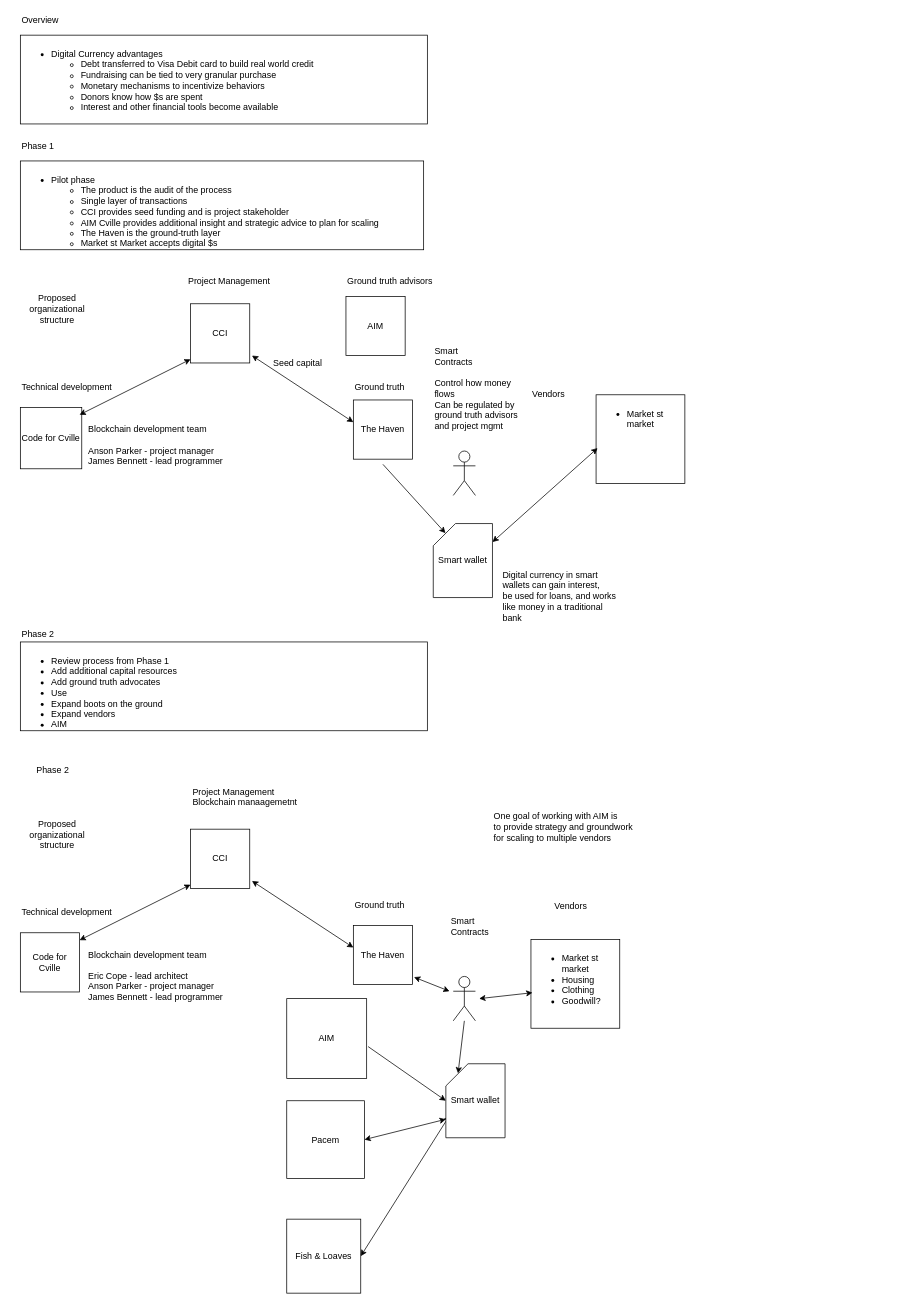
Before: cci-blockchain.dio in alibama/code-for-cville, a draw.io diagram. Source tidied: cells renumbered, new cells numbered last; positions are measured from the earlier drawing's top-left corner, leaving out a move shared by most shapes. Both pictures are drawn from the tidied source at 74%, with x=0, y=0 at pixel (20, 13).
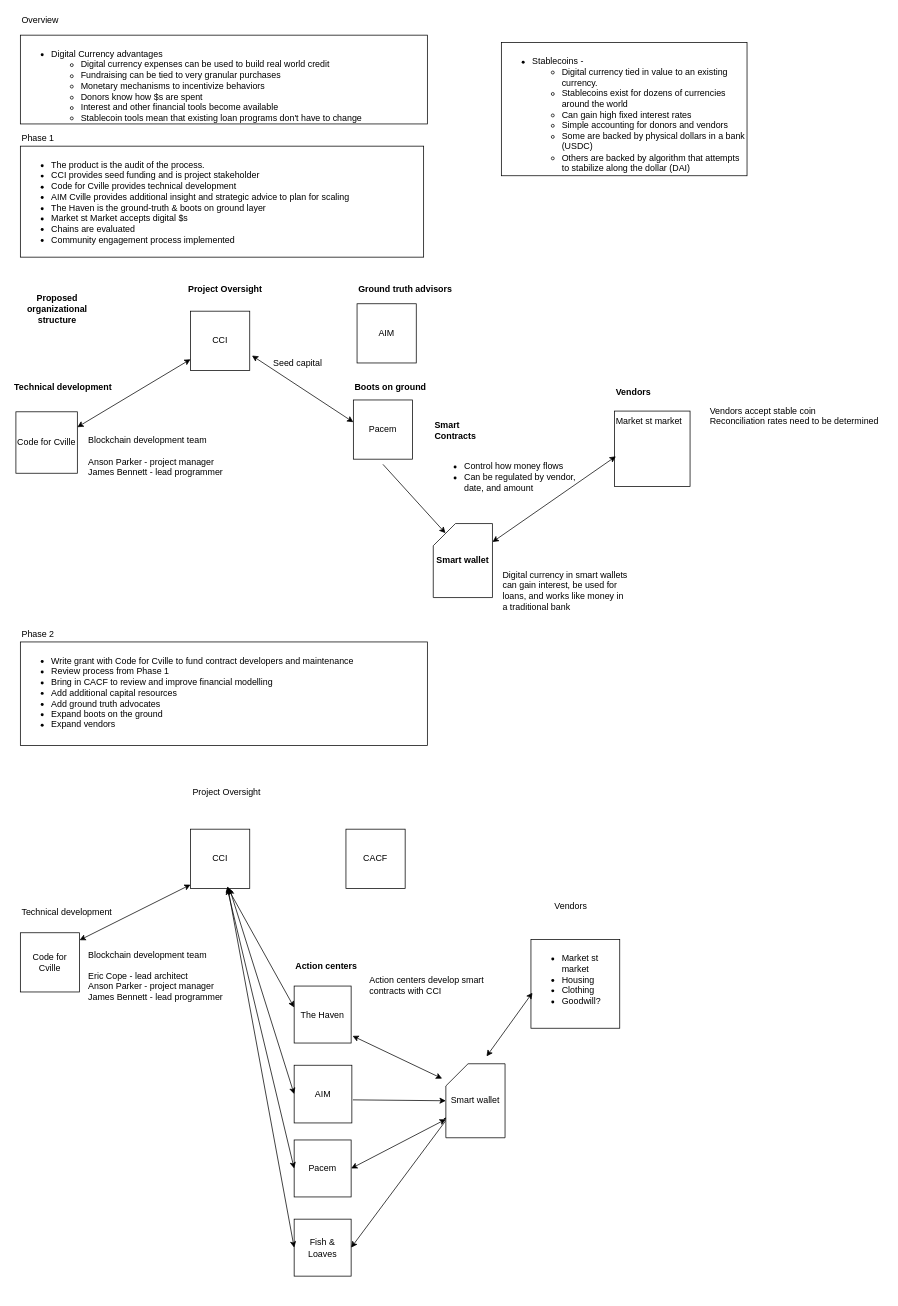
After the change.

Commit message (it also covers changes not shown here):
addin r s3 boilerplate

Unchanged cells that the change refers to:
```xml
<mxCell id="23" value="CCI" style="whiteSpace=wrap;html=1;" parent="1" vertex="1">
  <mxGeometry x="230" y="1103" width="80" height="80" as="geometry" />
</mxCell>
<mxCell id="34" value="&lt;ul&gt;&lt;li&gt;Market st market&lt;/li&gt;&lt;li&gt;Housing&lt;/li&gt;&lt;li&gt;Clothing&lt;/li&gt;&lt;li&gt;Goodwill?&lt;/li&gt;&lt;/ul&gt;" style="whiteSpace=wrap;html=1;align=left;verticalAlign=top;" parent="1" vertex="1">
  <mxGeometry x="690" y="1252" width="120" height="120" as="geometry" />
</mxCell>
<mxCell id="52" value="Smart wallet" style="shape=card;whiteSpace=wrap;html=1;" parent="1" vertex="1">
  <mxGeometry x="575" y="1420" width="80" height="100" as="geometry" />
</mxCell>
```

Diff of the diagram source:
```diff
@@
+    <mxCell id="45" value="&lt;div&gt;&lt;ul&gt;&lt;li&gt;&lt;span style=&quot;letter-spacing: 0px&quot;&gt;The product is the audit of the process.&amp;nbsp;&amp;nbsp;&lt;/span&gt;&lt;/li&gt;&lt;li&gt;&lt;span style=&quot;letter-spacing: 0px&quot;&gt;CCI provides seed funding and is project stakeholder&lt;/span&gt;&lt;br&gt;&lt;/li&gt;&lt;li&gt;&lt;span style=&quot;letter-spacing: 0px&quot;&gt;Code for Cville provides technical development&amp;nbsp;&lt;/span&gt;&lt;/li&gt;&lt;li&gt;&lt;span style=&quot;letter-spacing: 0px&quot;&gt;AIM Cville provides additional insight and strategic advice to plan for scaling&lt;/span&gt;&lt;br&gt;&lt;/li&gt;&lt;li&gt;&lt;span style=&quot;letter-spacing: 0px&quot;&gt;The Haven is the ground-truth &amp;amp; boots on ground layer&lt;/span&gt;&lt;br&gt;&lt;/li&gt;&lt;li&gt;&lt;span style=&quot;letter-spacing: 0px&quot;&gt;Market st Market accepts digital $s&amp;nbsp;&lt;/span&gt;&lt;br&gt;&lt;/li&gt;&lt;li&gt;&lt;span style=&quot;letter-spacing: 0px&quot;&gt;Chains are evaluated&lt;/span&gt;&lt;/li&gt;&lt;li&gt;&lt;span style=&quot;letter-spacing: 0px&quot;&gt;Community engagement process implemented&lt;/span&gt;&lt;/li&gt;&lt;/ul&gt;&lt;/div&gt;&lt;div&gt;&lt;br&gt;&lt;/div&gt;&lt;div&gt;&lt;br&gt;&lt;/div&gt;&lt;div&gt;&lt;br&gt;&lt;/div&gt;" style="rounded=0;whiteSpace=wrap;html=1;align=left;verticalAlign=top;" parent="1" vertex="1">
+      <mxGeometry y="180" width="545" height="150" as="geometry" />
+    </mxCell>
     <mxCell id="2" value="CCI" style="whiteSpace=wrap;html=1;" parent="1" vertex="1">
-      <mxGeometry x="230" y="393" width="80" height="80" as="geometry" />
+      <mxGeometry x="230" y="403" width="80" height="80" as="geometry" />
     </mxCell>
     <mxCell id="3" value="Code for Cville" style="whiteSpace=wrap;html=1;" parent="1" vertex="1">
-      <mxGeometry y="533" width="83" height="83" as="geometry" />
+      <mxGeometry x="-6" y="539" width="83" height="83" as="geometry" />
     </mxCell>
-    <mxCell id="4" value="The Haven" style="whiteSpace=wrap;html=1;" parent="1" vertex="1">
+    <mxCell id="4" value="Pacem" style="whiteSpace=wrap;html=1;" parent="1" vertex="1">
       <mxGeometry x="450" y="523" width="80" height="80" as="geometry" />
     </mxCell>
-    <mxCell id="5" style="endArrow=classic;startArrow=classic;html=1;" parent="1" edge="1">
+    <mxCell id="5" style="endArrow=classic;startArrow=classic;html=1;exitX=1;exitY=0.25;" parent="1" edge="1" source="3">
       <mxGeometry relative="1" as="geometry">
-        <mxPoint x="80" y="543" as="sourcePoint" />
         <mxPoint x="230" y="468" as="targetPoint" />
       </mxGeometry>
     </mxCell>
@@
     <mxCell id="7" value="&lt;div&gt;Blockchain development team&lt;/div&gt;&lt;div&gt;&lt;br&gt;&lt;/div&gt;Anson Parker - project manager&lt;div&gt;James Bennett - lead programmer&lt;/div&gt;" style="text;html=1;align=left;verticalAlign=top;spacingTop=-4;" parent="1" vertex="1">
-      <mxGeometry x="90" y="553" width="200" height="60" as="geometry" />
+      <mxGeometry x="90" y="568" width="200" height="60" as="geometry" />
     </mxCell>
-    <mxCell id="8" value="&lt;div&gt;&lt;br&gt;&lt;/div&gt;Proposed&lt;div&gt;organizational structure&lt;/div&gt;" style="text;html=1;strokeColor=none;fillColor=none;align=center;verticalAlign=middle;whiteSpace=wrap;rounded=0;" parent="1" vertex="1">
+    <mxCell id="8" value="&lt;div&gt;&lt;br&gt;&lt;/div&gt;Proposed&lt;div&gt;organizational structure&lt;/div&gt;" style="text;html=1;strokeColor=none;fillColor=none;align=center;verticalAlign=middle;whiteSpace=wrap;rounded=0;fontStyle=1;" parent="1" vertex="1">
       <mxGeometry x="30" y="383" width="40" height="20" as="geometry" />
     </mxCell>
-    <mxCell id="9" value="Project Management" style="text;html=1;align=left;verticalAlign=top;spacingTop=-4;" parent="1" vertex="1">
-      <mxGeometry x="225" y="353" width="130" height="20" as="geometry" />
-    </mxCell>
-    <mxCell id="10" value="Ground truth" style="text;html=1;align=left;verticalAlign=top;spacingTop=-4;" parent="1" vertex="1">
-      <mxGeometry x="450" y="496" width="80" height="20" as="geometry" />
+    <mxCell id="10" value="Boots on ground" style="text;html=1;align=left;verticalAlign=top;spacingTop=-4;fontStyle=1;" parent="1" vertex="1">
+      <mxGeometry x="450" y="496" width="100" height="20" as="geometry" />
     </mxCell>
-    <mxCell id="11" value="Technical development" style="text;html=1;align=left;verticalAlign=top;spacingTop=-4;" parent="1" vertex="1">
-      <mxGeometry y="496" width="140" height="20" as="geometry" />
+    <mxCell id="11" value="Technical development" style="text;html=1;align=left;verticalAlign=top;spacingTop=-4;fontStyle=1;" parent="1" vertex="1">
+      <mxGeometry x="-10" y="496" width="140" height="20" as="geometry" />
     </mxCell>
-    <mxCell id="12" value="&lt;div&gt;&lt;ul&gt;&lt;li&gt;Digital Currency advantages&lt;/li&gt;&lt;ul&gt;&lt;li&gt;Debt transferred to Visa Debit card to build real world credit&lt;/li&gt;&lt;li&gt;Fundraising can be tied to very granular purchase&amp;nbsp;&lt;/li&gt;&lt;li&gt;Monetary mechanisms to incentivize behaviors&lt;/li&gt;&lt;li&gt;Donors know how $s are spent&lt;/li&gt;&lt;li&gt;Interest and other financial tools become available&lt;/li&gt;&lt;/ul&gt;&lt;/ul&gt;&lt;/div&gt;&lt;div&gt;&lt;br&gt;&lt;/div&gt;&lt;div&gt;&lt;br&gt;&lt;/div&gt;&lt;div&gt;&lt;br&gt;&lt;/div&gt;" style="rounded=0;whiteSpace=wrap;html=1;align=left;verticalAlign=top;" parent="1" vertex="1">
+    <mxCell id="12" value="&lt;div&gt;&lt;ul&gt;&lt;li&gt;Digital Currency advantages&lt;/li&gt;&lt;ul&gt;&lt;li&gt;Digital currency expenses can be used to build real world credit&lt;/li&gt;&lt;li&gt;Fundraising can be tied to very granular purchases&amp;nbsp;&lt;/li&gt;&lt;li&gt;Monetary mechanisms to incentivize behaviors&lt;/li&gt;&lt;li&gt;Donors know how $s are spent&lt;/li&gt;&lt;li&gt;Interest and other financial tools become available&lt;/li&gt;&lt;li&gt;Stablecoin tools mean that existing loan programs don't have to change&lt;/li&gt;&lt;/ul&gt;&lt;/ul&gt;&lt;/div&gt;&lt;div&gt;&lt;br&gt;&lt;/div&gt;&lt;div&gt;&lt;br&gt;&lt;/div&gt;&lt;div&gt;&lt;br&gt;&lt;/div&gt;" style="rounded=0;whiteSpace=wrap;html=1;align=left;verticalAlign=top;" parent="1" vertex="1">
       <mxGeometry y="30" width="550" height="120" as="geometry" />
     </mxCell>
@@
-    <mxCell id="14" value="&lt;ul&gt;&lt;li&gt;Market st market&lt;/li&gt;&lt;/ul&gt;" style="whiteSpace=wrap;html=1;align=left;verticalAlign=top;" parent="1" vertex="1">
-      <mxGeometry x="778" y="516" width="120" height="120" as="geometry" />
+    <mxCell id="14" value="&lt;span style=&quot;letter-spacing: 0px&quot;&gt;Market st market&lt;/span&gt;&lt;br&gt;" style="whiteSpace=wrap;html=1;align=left;verticalAlign=top;" parent="1" vertex="1">
+      <mxGeometry x="803" y="538" width="102" height="102" as="geometry" />
     </mxCell>
-    <mxCell id="15" value="Vendors" style="text;html=1;align=left;verticalAlign=top;spacingTop=-4;" parent="1" vertex="1">
-      <mxGeometry x="690" y="506" width="60" height="20" as="geometry" />
+    <mxCell id="15" value="Vendors" style="text;html=1;align=left;verticalAlign=top;spacingTop=-4;fontStyle=1;" parent="1" vertex="1">
+      <mxGeometry x="803.4" y="503" width="60" height="20" as="geometry" />
     </mxCell>
     <mxCell id="16" value="Phase 1" style="text;html=1;align=left;verticalAlign=top;spacingTop=-4;" parent="1" vertex="1">
-      <mxGeometry y="170" width="60" height="20" as="geometry" />
+      <mxGeometry y="160" width="60" height="20" as="geometry" />
     </mxCell>
-    <mxCell id="17" value="&lt;ul&gt;&lt;li&gt;Review process from Phase 1&lt;/li&gt;&lt;li&gt;Add additional capital resources&lt;/li&gt;&lt;li&gt;Add ground truth advocates&lt;/li&gt;&lt;li&gt;Use&amp;nbsp;&lt;/li&gt;&lt;li&gt;Expand boots on the ground&lt;/li&gt;&lt;li&gt;Expand vendors&lt;/li&gt;&lt;li&gt;AIM&amp;nbsp;&lt;/li&gt;&lt;/ul&gt;" style="rounded=0;whiteSpace=wrap;html=1;align=left;verticalAlign=top;" parent="1" vertex="1">
-      <mxGeometry y="850" width="550" height="120" as="geometry" />
+    <mxCell id="17" value="&lt;ul&gt;&lt;li&gt;Write grant with Code for Cville to fund contract developers and maintenance&lt;/li&gt;&lt;li&gt;Review process from Phase 1&lt;/li&gt;&lt;li&gt;Bring in CACF to review and improve financial modelling&lt;/li&gt;&lt;li&gt;Add additional capital resources&lt;/li&gt;&lt;li&gt;Add ground truth advocates&lt;/li&gt;&lt;li&gt;Expand boots on the ground&lt;/li&gt;&lt;li&gt;Expand vendors&lt;/li&gt;&lt;/ul&gt;" style="rounded=0;whiteSpace=wrap;html=1;align=left;verticalAlign=top;" parent="1" vertex="1">
+      <mxGeometry y="850" width="550" height="140" as="geometry" />
     </mxCell>
@@
-    <mxCell id="19" value="Smart&amp;nbsp;&lt;div&gt;Contracts&lt;/div&gt;&lt;div&gt;&lt;br&gt;&lt;/div&gt;&lt;div&gt;Control how money&amp;nbsp;&lt;/div&gt;&lt;div&gt;flows&lt;/div&gt;&lt;div&gt;Can be regulated by&amp;nbsp;&lt;/div&gt;&lt;div&gt;ground truth advisors&lt;/div&gt;&lt;div&gt;and project mgmt&lt;/div&gt;" style="text;html=1;align=left;verticalAlign=top;spacingTop=-4;" parent="1" vertex="1">
-      <mxGeometry x="558" y="448" width="130" height="110" as="geometry" />
+    <mxCell id="19" value="&lt;b&gt;Smart&amp;nbsp;&lt;/b&gt;&lt;div&gt;&lt;b&gt;Contracts&lt;/b&gt;&lt;/div&gt;&lt;div&gt;&lt;br&gt;&lt;/div&gt;&lt;div&gt;&lt;ul&gt;&lt;li&gt;Control how money flows&lt;/li&gt;&lt;li&gt;Can be regulated by vendor, &lt;br&gt;date, and amount&lt;/li&gt;&lt;/ul&gt;&lt;/div&gt;" style="text;html=1;align=left;verticalAlign=top;spacingTop=-4;" parent="1" vertex="1">
+      <mxGeometry x="558" y="548" width="210" height="110" as="geometry" />
     </mxCell>
@@
-    <mxCell id="21" style="shape=umlActor;verticalLabelPosition=bottom;labelBackgroundColor=#ffffff;verticalAlign=top;html=1;" parent="1" vertex="1">
-      <mxGeometry x="585" y="592" width="30" height="60" as="geometry" />
-    </mxCell>
@@
     <mxCell id="25" value="The Haven" style="whiteSpace=wrap;html=1;" parent="1" vertex="1">
-      <mxGeometry x="450" y="1233" width="80" height="80" as="geometry" />
+      <mxGeometry x="370" y="1315" width="77" height="77" as="geometry" />
     </mxCell>
@@
     <mxCell id="27" style="endArrow=classic;startArrow=classic;html=1;exitX=0;exitY=0.375;exitPerimeter=0;" parent="1" edge="1" source="25">
       <mxGeometry relative="1" as="geometry">
-        <mxPoint x="313" y="1173" as="targetPoint" />
+        <mxPoint x="280" y="1182" as="targetPoint" />
       </mxGeometry>
     </mxCell>
@@
-    <mxCell id="29" value="&lt;div&gt;&lt;br&gt;&lt;/div&gt;Proposed&lt;div&gt;organizational structure&lt;/div&gt;" style="text;html=1;strokeColor=none;fillColor=none;align=center;verticalAlign=middle;whiteSpace=wrap;rounded=0;" parent="1" vertex="1">
-      <mxGeometry x="30" y="1093" width="40" height="20" as="geometry" />
-    </mxCell>
-    <mxCell id="30" value="Project Management&lt;div&gt;Blockchain manaagemetnt&lt;/div&gt;" style="text;html=1;align=left;verticalAlign=top;spacingTop=-4;" parent="1" vertex="1">
-      <mxGeometry x="231" y="1043" width="160" height="30" as="geometry" />
+    <mxCell id="30" value="Project Oversight" style="text;html=1;align=left;verticalAlign=top;spacingTop=-4;" parent="1" vertex="1">
+      <mxGeometry x="231" y="1043" width="110" height="20" as="geometry" />
     </mxCell>
-    <mxCell id="31" value="Ground truth" style="text;html=1;align=left;verticalAlign=top;spacingTop=-4;" parent="1" vertex="1">
-      <mxGeometry x="450" y="1196" width="80" height="20" as="geometry" />
+    <mxCell id="31" value="Action centers" style="text;html=1;align=left;verticalAlign=top;spacingTop=-4;fontStyle=1;" parent="1" vertex="1">
+      <mxGeometry x="370" y="1278" width="90" height="20" as="geometry" />
     </mxCell>
@@
-    <mxCell id="33" style="edgeStyle=orthogonalEdgeStyle;rounded=0;html=1;exitX=0.5;exitY=1;entryX=0.5;entryY=1;jettySize=auto;orthogonalLoop=1;" parent="1" edge="1" source="29" target="29">
-      <mxGeometry relative="1" as="geometry" />
+    <mxCell id="33" style="edgeStyle=orthogonalEdgeStyle;rounded=0;html=1;exitX=0.5;exitY=1;entryX=0.5;entryY=1;jettySize=auto;orthogonalLoop=1;" parent="1" edge="1">
+      <mxGeometry relative="1" as="geometry">
+        <mxPoint x="50.3" y="1113.1" as="sourcePoint" />
+        <mxPoint x="50.3" y="1113.1" as="targetPoint" />
+      </mxGeometry>
     </mxCell>
@@
-    <mxCell id="36" value="Phase 2" style="text;html=1;align=left;verticalAlign=top;spacingTop=-4;" parent="1" vertex="1">
-      <mxGeometry x="20" y="1013" width="60" height="20" as="geometry" />
-    </mxCell>
     <mxCell id="37" style="endArrow=classic;startArrow=classic;html=1;exitX=1.025;exitY=0.875;exitPerimeter=0;" parent="1" edge="1" source="25">
       <mxGeometry relative="1" as="geometry">
-        <mxPoint x="580" y="1322" as="targetPoint" />
+        <mxPoint x="570" y="1440" as="targetPoint" />
       </mxGeometry>
     </mxCell>
-    <mxCell id="38" value="Smart&amp;nbsp;&lt;div&gt;Contracts&lt;/div&gt;" style="text;html=1;align=left;verticalAlign=top;spacingTop=-4;" parent="1" vertex="1">
-      <mxGeometry x="580" y="1218" width="70" height="30" as="geometry" />
-    </mxCell>
-    <mxCell id="39" style="shape=umlActor;verticalLabelPosition=bottom;labelBackgroundColor=#ffffff;verticalAlign=top;html=1;" parent="1" vertex="1">
-      <mxGeometry x="585" y="1302" width="30" height="60" as="geometry" />
-    </mxCell>
     <mxCell id="40" style="endArrow=classic;startArrow=classic;html=1;entryX=0.017;entryY=0.6;entryPerimeter=0;" parent="1" edge="1" target="34">
       <mxGeometry relative="1" as="geometry">
-        <mxPoint x="620" y="1332" as="sourcePoint" />
+        <mxPoint x="630" y="1410" as="sourcePoint" />
       </mxGeometry>
     </mxCell>
     <mxCell id="41" value="Pacem" style="whiteSpace=wrap;html=1;" parent="1" vertex="1">
-      <mxGeometry x="360" y="1470" width="105" height="105" as="geometry" />
+      <mxGeometry x="370" y="1523" width="77" height="77" as="geometry" />
     </mxCell>
     <mxCell id="42" value="Fish &amp;amp; Loaves" style="whiteSpace=wrap;html=1;" parent="1" vertex="1">
-      <mxGeometry x="360" y="1630" width="100" height="100" as="geometry" />
+      <mxGeometry x="370" y="1630" width="77" height="77" as="geometry" />
     </mxCell>
     <mxCell id="43" value="AIM" style="whiteSpace=wrap;html=1;" parent="1" vertex="1">
-      <mxGeometry x="360" y="1332" width="108" height="108" as="geometry" />
+      <mxGeometry x="370" y="1422" width="78" height="78" as="geometry" />
     </mxCell>
@@
-    <mxCell id="45" value="&lt;div&gt;&lt;ul&gt;&lt;li&gt;Pilot phase&lt;/li&gt;&lt;ul&gt;&lt;li&gt;The product is the audit of the process&lt;/li&gt;&lt;li&gt;Single layer of transactions&lt;/li&gt;&lt;li&gt;CCI provides seed funding and is project stakeholder&lt;/li&gt;&lt;li&gt;AIM Cville provides additional insight and strategic advice to plan for scaling&lt;/li&gt;&lt;li&gt;The Haven is the ground-truth layer&lt;/li&gt;&lt;li&gt;Market st Market accepts digital $s&amp;nbsp;&lt;/li&gt;&lt;/ul&gt;&lt;/ul&gt;&lt;/div&gt;&lt;div&gt;&lt;br&gt;&lt;/div&gt;&lt;div&gt;&lt;br&gt;&lt;/div&gt;&lt;div&gt;&lt;br&gt;&lt;/div&gt;" style="rounded=0;whiteSpace=wrap;html=1;align=left;verticalAlign=top;" parent="1" vertex="1">
-      <mxGeometry y="200" width="545" height="120" as="geometry" />
-    </mxCell>
@@
     <mxCell id="48" value="AIM" style="whiteSpace=wrap;html=1;" parent="1" vertex="1">
-      <mxGeometry x="440" y="383" width="80" height="80" as="geometry" />
+      <mxGeometry x="455" y="393" width="80" height="80" as="geometry" />
     </mxCell>
-    <mxCell id="49" value="Ground truth advisors&amp;nbsp;" style="text;html=1;align=left;verticalAlign=top;spacingTop=-4;" parent="1" vertex="1">
-      <mxGeometry x="440" y="353" width="130" height="20" as="geometry" />
+    <mxCell id="49" value="Ground truth advisors&amp;nbsp;" style="text;html=1;align=left;verticalAlign=top;spacingTop=-4;fontStyle=1;" parent="1" vertex="1">
+      <mxGeometry x="455" y="363" width="130" height="20" as="geometry" />
     </mxCell>
@@
-    <mxCell id="51" value="One goal of working with AIM is&lt;div&gt;to provide strategy and groundwork&lt;/div&gt;&lt;div&gt;for scaling to multiple vendors&lt;/div&gt;" style="text;html=1;align=left;verticalAlign=top;spacingTop=-4;" parent="1" vertex="1">
-      <mxGeometry x="638" y="1076" width="200" height="40" as="geometry" />
-    </mxCell>
@@
-    <mxCell id="53" style="endArrow=classic;html=1;entryX=0.206;entryY=0.13;entryPerimeter=0;" parent="1" edge="1" target="52">
-      <mxGeometry relative="1" as="geometry">
-        <mxPoint x="600" y="1362" as="sourcePoint" />
-      </mxGeometry>
-    </mxCell>
-    <mxCell id="54" value="Smart wallet" style="shape=card;whiteSpace=wrap;html=1;" parent="1" vertex="1">
+    <mxCell id="54" value="&lt;b&gt;Smart wallet&lt;/b&gt;" style="shape=card;whiteSpace=wrap;html=1;" parent="1" vertex="1">
       <mxGeometry x="558" y="690" width="80" height="100" as="geometry" />
     </mxCell>
@@
-    <mxCell id="56" value="Digital currency in smart&lt;div&gt;wallets can gain interest,&amp;nbsp;&lt;/div&gt;&lt;div&gt;be used for loans, and works&lt;/div&gt;&lt;div&gt;like money in a traditional&amp;nbsp;&lt;/div&gt;&lt;div&gt;bank&lt;/div&gt;" style="text;html=1;align=left;verticalAlign=top;spacingTop=-4;" parent="1" vertex="1">
-      <mxGeometry x="650" y="750" width="170" height="70" as="geometry" />
+    <mxCell id="56" value="Digital currency in smart wallets&lt;div&gt;&lt;span style=&quot;letter-spacing: 0px&quot;&gt;can gain interest,&amp;nbsp;&lt;/span&gt;&lt;span style=&quot;letter-spacing: 0px&quot;&gt;be used for&amp;nbsp;&lt;/span&gt;&lt;/div&gt;&lt;div&gt;&lt;span style=&quot;letter-spacing: 0px&quot;&gt;loans, and works&amp;nbsp;&lt;/span&gt;&lt;span style=&quot;letter-spacing: 0px&quot;&gt;like money in&amp;nbsp;&lt;/span&gt;&lt;/div&gt;&lt;div&gt;&lt;span style=&quot;letter-spacing: 0px&quot;&gt;a traditional&amp;nbsp;&lt;/span&gt;&lt;span style=&quot;letter-spacing: 0px&quot;&gt;bank&lt;/span&gt;&lt;/div&gt;" style="text;html=1;align=left;verticalAlign=top;spacingTop=-4;" parent="1" vertex="1">
+      <mxGeometry x="650" y="750" width="180" height="60" as="geometry" />
     </mxCell>
+    <mxCell id="57" value="Vendors accept stable coin&lt;div&gt;Reconciliation rates need to be determined&lt;/div&gt;&lt;div&gt;&lt;br&gt;&lt;/div&gt;" style="text;html=1;align=left;verticalAlign=top;spacingTop=-4;" parent="1" vertex="1">
+      <mxGeometry x="930" y="528" width="240" height="40" as="geometry" />
+    </mxCell>
+    <mxCell id="58" style="endArrow=classic;startArrow=classic;html=1;exitX=0;exitY=0.5;" parent="1" edge="1" source="43" target="23">
+      <mxGeometry relative="1" as="geometry" />
+    </mxCell>
+    <mxCell id="59" style="endArrow=classic;startArrow=classic;html=1;exitX=0;exitY=0.5;" parent="1" edge="1" source="41" target="23">
+      <mxGeometry relative="1" as="geometry" />
+    </mxCell>
+    <mxCell id="60" style="endArrow=classic;startArrow=classic;html=1;exitX=0;exitY=0.5;" parent="1" edge="1" source="42">
+      <mxGeometry relative="1" as="geometry">
+        <mxPoint x="280" y="1180" as="targetPoint" />
+      </mxGeometry>
+    </mxCell>
+    <mxCell id="61" value="&lt;ul&gt;&lt;li&gt;Stablecoins -&amp;nbsp;&lt;/li&gt;&lt;ul&gt;&lt;li&gt;Digital currency tied in value to an existing currency.&amp;nbsp;&lt;/li&gt;&lt;li&gt;Stablecoins exist for dozens of currencies around the world&lt;/li&gt;&lt;li&gt;Can gain high fixed interest rates&lt;/li&gt;&lt;li&gt;Simple accounting for donors and vendors&lt;/li&gt;&lt;li&gt;Some are backed by physical dollars in a bank (USDC)&lt;/li&gt;&lt;li&gt;Others are backed by algorithm that attempts to stabilize along the dollar (DAI)&lt;/li&gt;&lt;/ul&gt;&lt;/ul&gt;" style="rounded=0;whiteSpace=wrap;html=1;align=left;verticalAlign=top;" parent="1" vertex="1">
+      <mxGeometry x="650" y="40" width="332" height="180" as="geometry" />
+    </mxCell>
+    <mxCell id="9" value="Project Oversight" style="text;html=1;align=left;verticalAlign=top;spacingTop=-4;fontStyle=1;" parent="1" vertex="1">
+      <mxGeometry x="225" y="363" width="110" height="20" as="geometry" />
+    </mxCell>
+    <mxCell id="62" value="CACF" style="whiteSpace=wrap;html=1;" parent="1" vertex="1">
+      <mxGeometry x="440" y="1103" width="80" height="80" as="geometry" />
+    </mxCell>
+    <mxCell id="63" value="Action centers develop smart&amp;nbsp;&lt;div&gt;&lt;span style=&quot;letter-spacing: 0px&quot;&gt;contracts with CCI&amp;nbsp;&lt;/span&gt;&lt;/div&gt;&lt;div&gt;&lt;span style=&quot;letter-spacing: 0px&quot;&gt;&lt;br&gt;&lt;/span&gt;&lt;/div&gt;&lt;div&gt;&lt;br&gt;&lt;/div&gt;" style="text;html=1;align=left;verticalAlign=top;spacingTop=-4;" parent="1" vertex="1">
+      <mxGeometry x="470" y="1298" width="170" height="60" as="geometry" />
+    </mxCell>
```
